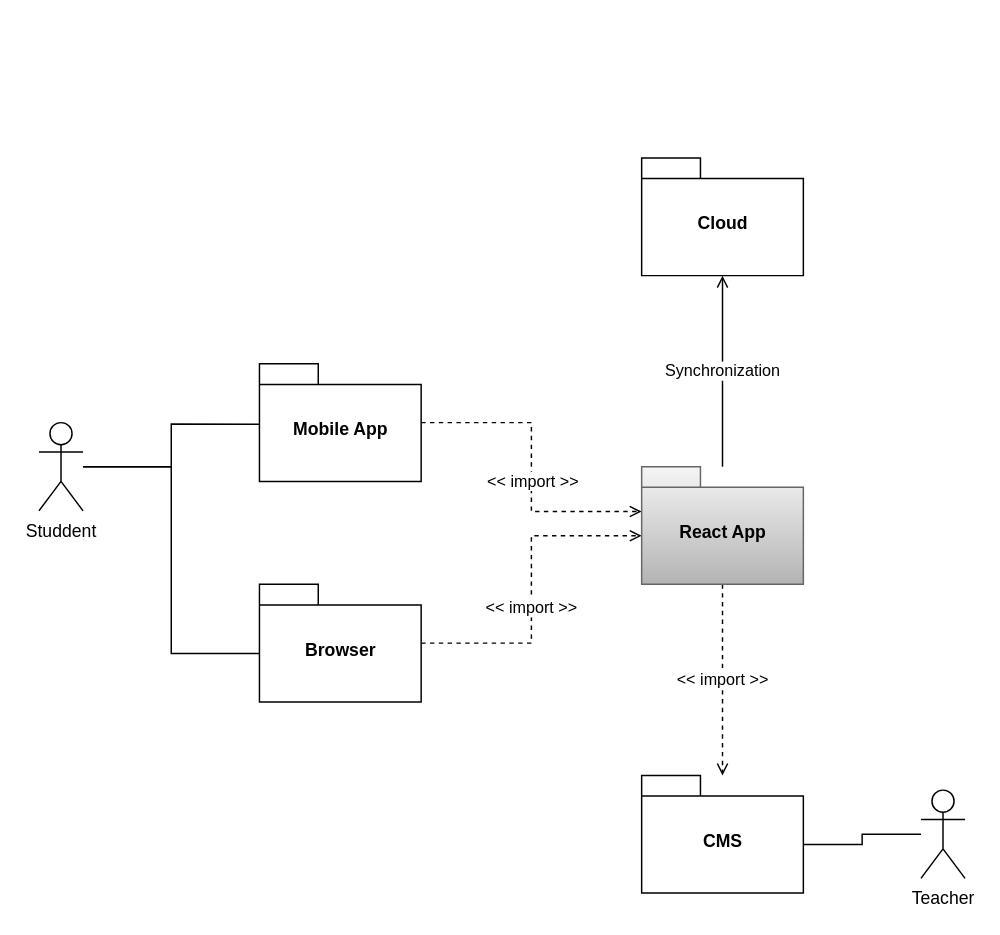
Before: artifacts/system_context.drawio in womenGoingBeyond/.github, a draw.io diagram. Source tidied: cells renumbered, new cells numbered last; positions are measured from the earlier drawing's top-left corner, leaving out a move shared by most shapes. Both pictures are drawn from the tidied source at 147%, with x=0, y=0 at pixel (38, 157).
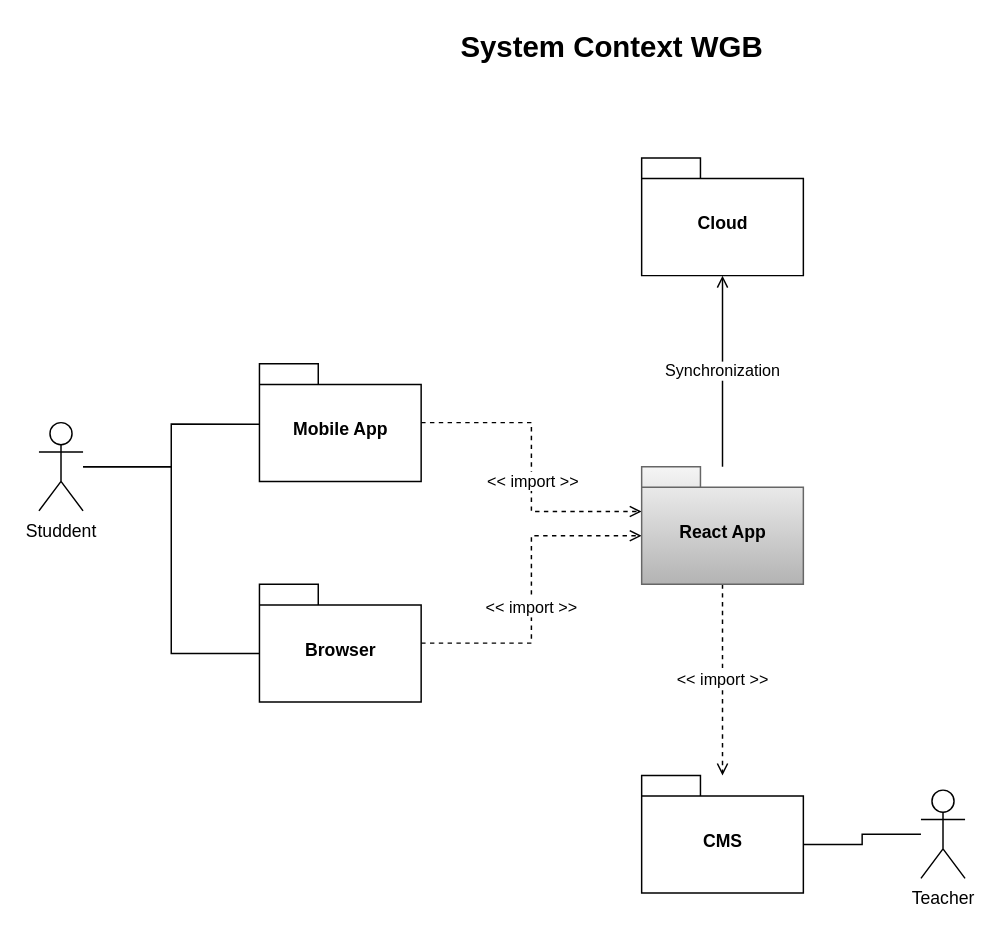
The same diagram, later.

What changed in the source:
```diff
@@
 <mxGraphModel>
   <root>
     <mxCell id="0" />
     <mxCell id="1" parent="0" />
     <mxCell id="2" style="edgeStyle=orthogonalEdgeStyle;rounded=0;jettySize=auto;html=1;entryX=0;entryY=0.513;entryDx=0;entryDy=0;entryPerimeter=0;endArrow=none;endFill=0;" parent="1" edge="1" source="4" target="9">
       <mxGeometry relative="1" as="geometry" />
     </mxCell>
     <mxCell id="3" style="edgeStyle=orthogonalEdgeStyle;rounded=0;jettySize=auto;html=1;entryX=0;entryY=0;entryDx=0;entryDy=47;entryPerimeter=0;endArrow=none;endFill=0;" parent="1" edge="1" source="4" target="12">
       <mxGeometry relative="1" as="geometry" />
     </mxCell>
     <mxCell id="4" value="Studdent" style="shape=umlActor;verticalLabelPosition=bottom;verticalAlign=top;html=1;outlineConnect=0;" parent="1" vertex="1">
       <mxGeometry y="180" width="30" height="60" as="geometry" />
     </mxCell>
     <mxCell id="5" style="edgeStyle=orthogonalEdgeStyle;rounded=0;jettySize=auto;html=1;entryX=0;entryY=0;entryDx=110;entryDy=47;entryPerimeter=0;endArrow=none;endFill=0;" parent="1" edge="1" source="6" target="16">
       <mxGeometry relative="1" as="geometry" />
     </mxCell>
     <mxCell id="6" value="Teacher" style="shape=umlActor;verticalLabelPosition=bottom;verticalAlign=top;html=1;outlineConnect=0;" parent="1" vertex="1">
       <mxGeometry x="600" y="430" width="30" height="60" as="geometry" />
     </mxCell>
     <mxCell id="7" style="edgeStyle=orthogonalEdgeStyle;rounded=0;jettySize=auto;html=1;entryX=0;entryY=0;entryDx=0;entryDy=30.5;entryPerimeter=0;endArrow=open;endFill=0;dashed=1;" parent="1" edge="1" source="9" target="15">
       <mxGeometry relative="1" as="geometry" />
     </mxCell>
     <mxCell id="8" value="&amp;lt;&amp;lt; import &amp;gt;&amp;gt;" style="edgeLabel;html=1;align=center;verticalAlign=middle;" parent="7" vertex="1">
       <mxGeometry x="0.08" relative="1" as="geometry" />
     </mxCell>
     <mxCell id="9" value="Mobile App" style="shape=folder;fontStyle=1;spacingTop=10;tabWidth=40;tabHeight=14;tabPosition=left;html=1;" parent="1" vertex="1">
       <mxGeometry x="150" y="140" width="110" height="80" as="geometry" />
     </mxCell>
     <mxCell id="10" style="edgeStyle=orthogonalEdgeStyle;rounded=0;jettySize=auto;html=1;entryX=0;entryY=0;entryDx=0;entryDy=47;entryPerimeter=0;dashed=1;endArrow=open;endFill=0;" parent="1" edge="1" source="12" target="15">
       <mxGeometry relative="1" as="geometry" />
     </mxCell>
     <mxCell id="11" value="&amp;lt;&amp;lt; import &amp;gt;&amp;gt;" style="edgeLabel;html=1;align=center;verticalAlign=middle;" parent="10" vertex="1">
       <mxGeometry x="-0.1" y="1" relative="1" as="geometry" />
     </mxCell>
     <mxCell id="12" value="Browser" style="shape=folder;fontStyle=1;spacingTop=10;tabWidth=40;tabHeight=14;tabPosition=left;html=1;" parent="1" vertex="1">
       <mxGeometry x="150" y="290" width="110" height="80" as="geometry" />
     </mxCell>
     <mxCell id="13" value="&amp;lt;&amp;lt; import &amp;gt;&amp;gt;" style="edgeStyle=orthogonalEdgeStyle;rounded=0;jettySize=auto;html=1;dashed=1;endArrow=open;endFill=0;" parent="1" edge="1" source="15" target="16">
       <mxGeometry relative="1" as="geometry" />
     </mxCell>
     <mxCell id="14" value="Synchronization" style="edgeStyle=orthogonalEdgeStyle;rounded=0;jettySize=auto;html=1;entryX=0.5;entryY=1;entryDx=0;entryDy=0;entryPerimeter=0;endArrow=open;endFill=0;" parent="1" edge="1" source="15" target="17">
       <mxGeometry relative="1" as="geometry" />
     </mxCell>
     <mxCell id="15" value="React App" style="shape=folder;fontStyle=1;spacingTop=10;tabWidth=40;tabHeight=14;tabPosition=left;html=1;fillColor=#f5f5f5;strokeColor=#666666;gradientColor=#b3b3b3;" parent="1" vertex="1">
       <mxGeometry x="410" y="210" width="110" height="80" as="geometry" />
     </mxCell>
     <mxCell id="16" value="CMS" style="shape=folder;fontStyle=1;spacingTop=10;tabWidth=40;tabHeight=14;tabPosition=left;html=1;" parent="1" vertex="1">
       <mxGeometry x="410" y="420" width="110" height="80" as="geometry" />
     </mxCell>
     <mxCell id="17" value="Cloud" style="shape=folder;fontStyle=1;spacingTop=10;tabWidth=40;tabHeight=14;tabPosition=left;html=1;" parent="1" vertex="1">
       <mxGeometry x="410" width="110" height="80" as="geometry" />
     </mxCell>
+    <mxCell id="18" value="System Context WGB" style="text;align=center;fontStyle=1;verticalAlign=middle;spacingLeft=3;spacingRight=3;strokeColor=none;fontSize=20;" parent="1" vertex="1">
+      <mxGeometry x="350" y="-90" width="80" height="26" as="geometry" />
+    </mxCell>
   </root>
 </mxGraphModel>
```
